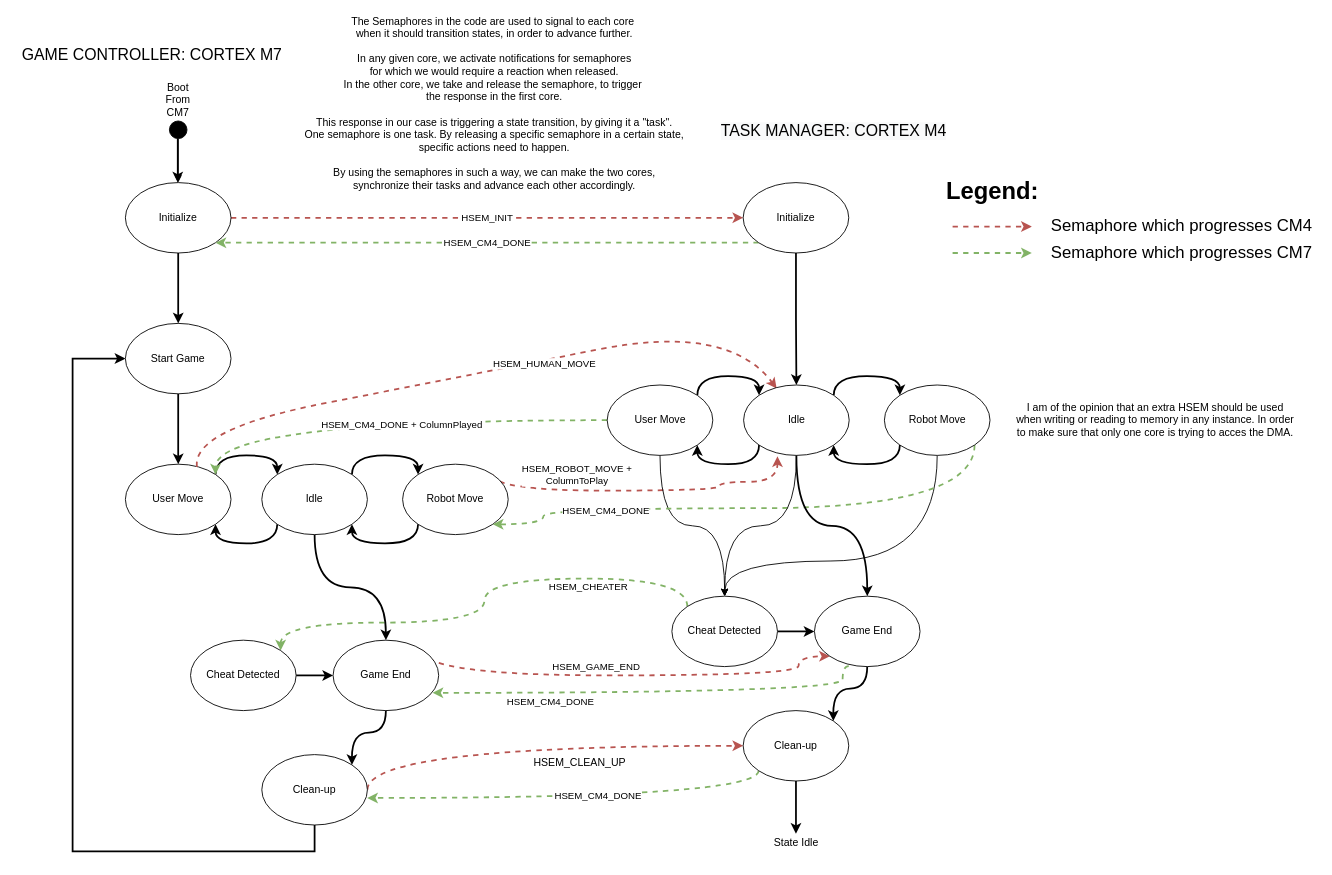
Earlier version of the draw.io diagram page "CM7 and CM4" (1 of 4) of 4. Diagrams/System/GameController-CM7 TaskManager-CM4.drawio (BorIvanov/Documents). Source tidied: cells renumbered, new cells numbered last; positions are measured from the earlier drawing's top-left corner, leaving out a move shared by most shapes. Both pictures are drawn from the tidied source at 88%, with x=0, y=0 at pixel (15, 15).
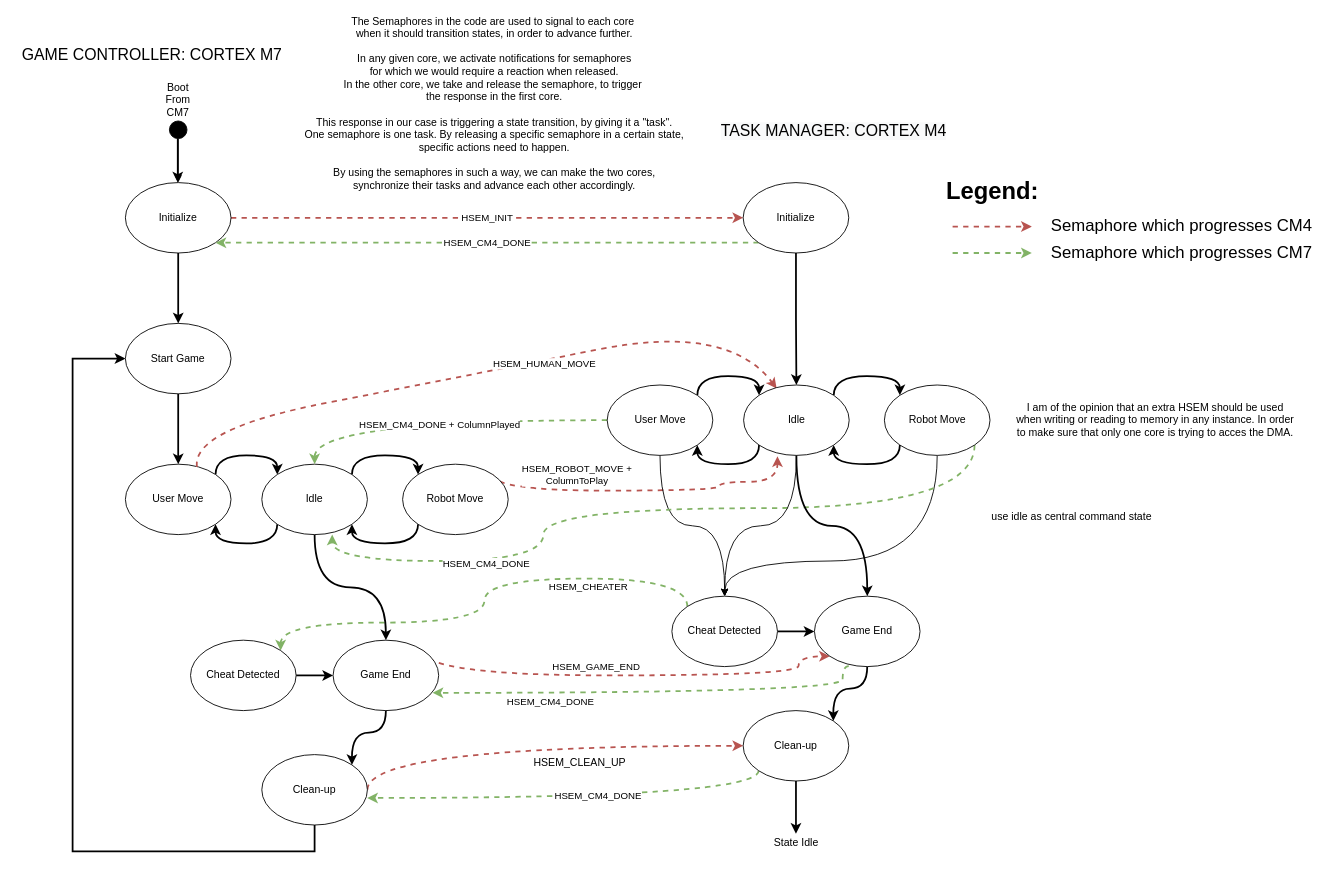
Above is the later version.

The change refers to these unchanged cells:
```xml
<mxCell id="8" value="User Move" style="ellipse;whiteSpace=wrap;html=1;" parent="1" vertex="1">
  <mxGeometry x="125" y="510" width="120" height="80" as="geometry" />
</mxCell>
<mxCell id="11" value="Robot Move" style="ellipse;whiteSpace=wrap;html=1;" parent="1" vertex="1">
  <mxGeometry x="440" y="510" width="120" height="80" as="geometry" />
</mxCell>
<mxCell id="31" value="Idle" style="ellipse;whiteSpace=wrap;html=1;fillColor=#FFFFFF;" parent="1" vertex="1">
  <mxGeometry x="280" y="510" width="120" height="80" as="geometry" />
</mxCell>
<mxCell id="36" value="User Move" style="ellipse;whiteSpace=wrap;html=1;" parent="1" vertex="1">
  <mxGeometry x="672.5" y="420" width="120" height="80" as="geometry" />
</mxCell>
<mxCell id="41" value="Robot Move" style="ellipse;whiteSpace=wrap;html=1;" parent="1" vertex="1">
  <mxGeometry x="987.5" y="420" width="120" height="80" as="geometry" />
</mxCell>
```

Change to the diagram source:
```diff
@@
-    <mxCell id="34" style="edgeStyle=orthogonalEdgeStyle;curved=1;rounded=0;jettySize=auto;html=1;exitX=0;exitY=0.5;exitDx=0;exitDy=0;entryX=1;entryY=0;entryDx=0;entryDy=0;elbow=vertical;fillColor=#d5e8d4;strokeColor=#82b366;dashed=1;strokeWidth=2;" parent="1" edge="1" source="36" target="8">
+    <mxCell id="34" style="edgeStyle=orthogonalEdgeStyle;curved=1;rounded=0;jettySize=auto;html=1;exitX=0;exitY=0.5;exitDx=0;exitDy=0;entryX=0.5;entryY=0;entryDx=0;entryDy=0;elbow=vertical;fillColor=#d5e8d4;strokeColor=#82b366;dashed=1;strokeWidth=2;" parent="1" edge="1" source="36" target="31">
       <mxGeometry relative="1" as="geometry" />
     </mxCell>
@@
-    <mxCell id="39" style="edgeStyle=orthogonalEdgeStyle;curved=1;rounded=0;jettySize=auto;html=1;exitX=1;exitY=1;exitDx=0;exitDy=0;entryX=1;entryY=1;entryDx=0;entryDy=0;dashed=1;elbow=vertical;fillColor=#d5e8d4;strokeColor=#82b366;strokeWidth=2;" parent="1" edge="1" source="41" target="11">
+    <mxCell id="39" style="edgeStyle=orthogonalEdgeStyle;curved=1;rounded=0;jettySize=auto;html=1;exitX=1;exitY=1;exitDx=0;exitDy=0;entryX=0.667;entryY=1;entryDx=0;entryDy=0;dashed=1;elbow=vertical;fillColor=#d5e8d4;strokeColor=#82b366;strokeWidth=2;entryPerimeter=0;" parent="1" edge="1" source="41" target="31">
       <mxGeometry relative="1" as="geometry">
         <Array as="points">
           <mxPoint x="1090" y="560" />
           <mxPoint x="600" y="560" />
-          <mxPoint x="600" y="578" />
+          <mxPoint x="600" y="620" />
+          <mxPoint x="360" y="620" />
         </Array>
       </mxGeometry>
     </mxCell>
@@
+    <mxCell id="67" value="use idle as central command state" style="text;html=1;align=center;verticalAlign=middle;strokeColor=none;fillColor=none;" parent="1" vertex="1">
+      <mxGeometry x="1100" y="560" width="200" height="20" as="geometry" />
+    </mxCell>
```
